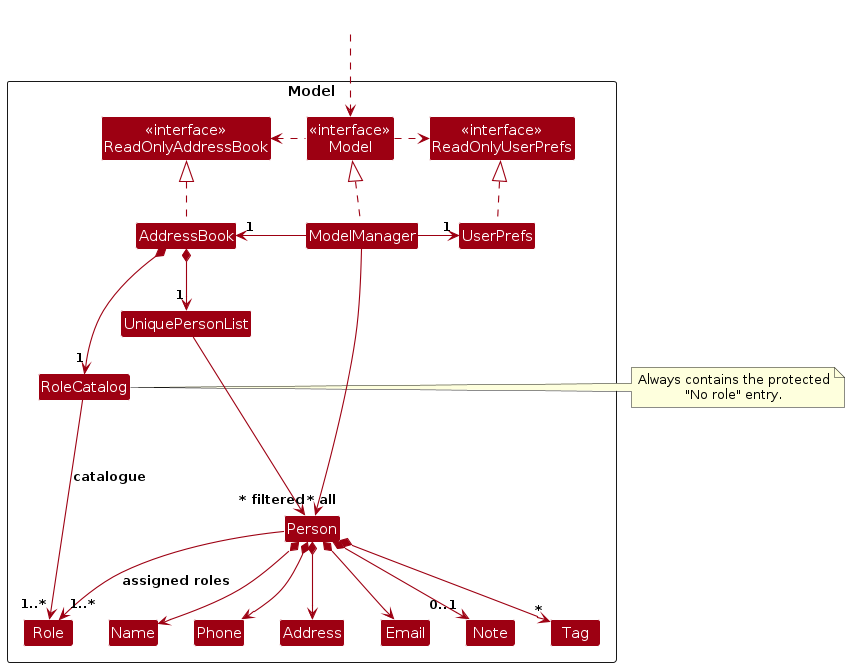
The PlantUML diagram diagrams/ModelClassDiagram.png in AY2627S1-CS2103-F10-1/tp, before a commit. Its source is kept beside it as diagrams/ModelClassDiagram.puml.
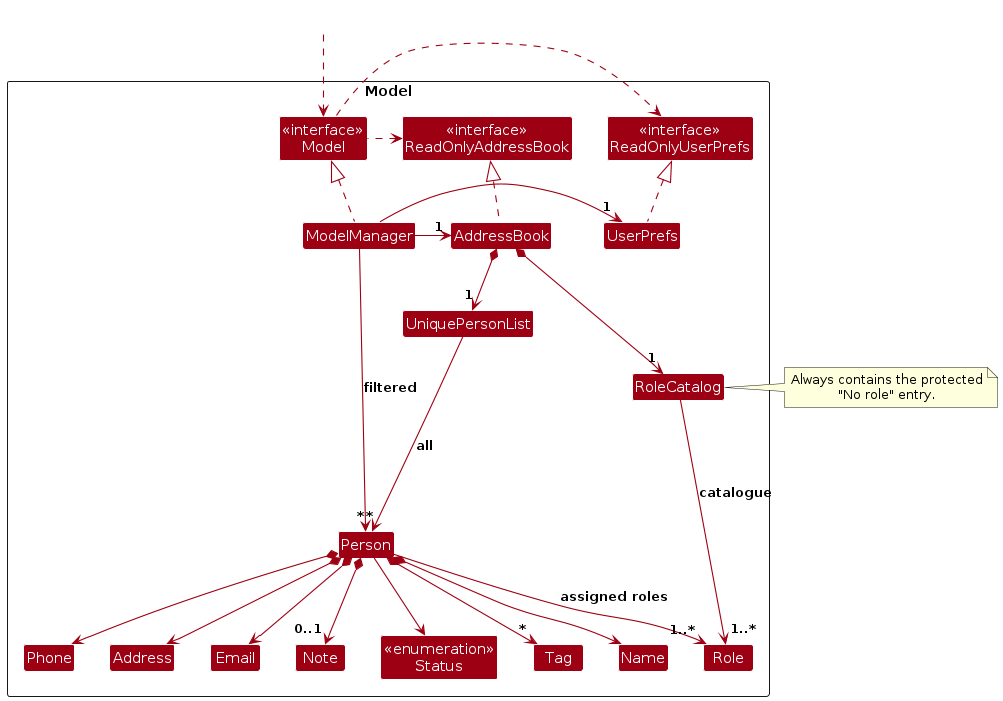
After the change.

The edit, as a diff of the source:
```diff
@@ -19,6 +19,7 @@
 Class Name
 Class Phone
 Class Note
+Class "<<enumeration>>\nStatus" as Status
 Class Tag
 Class RoleCatalog
 Class Role
@@ -47,12 +48,13 @@
 Person --> "1..*" Role : assigned roles
 
 AddressBook *--> "1" UniquePersonList
-UniquePersonList --> "~* all" Person
+UniquePersonList --> "*" Person : all
 Person *--> Name
 Person *--> Phone
 Person *--> Email
 Person *--> Address
 Person *--> "0..1" Note
+Person --> Status
 Person *--> "*" Tag
 
 Person -[hidden]up--> I
@@ -63,5 +65,5 @@
 Address -[hidden]right-> Email
 Email -[hidden]right-> Note
 
-ModelManager --> "~* filtered" Person
+ModelManager --> "*" Person : filtered
 @enduml
```
